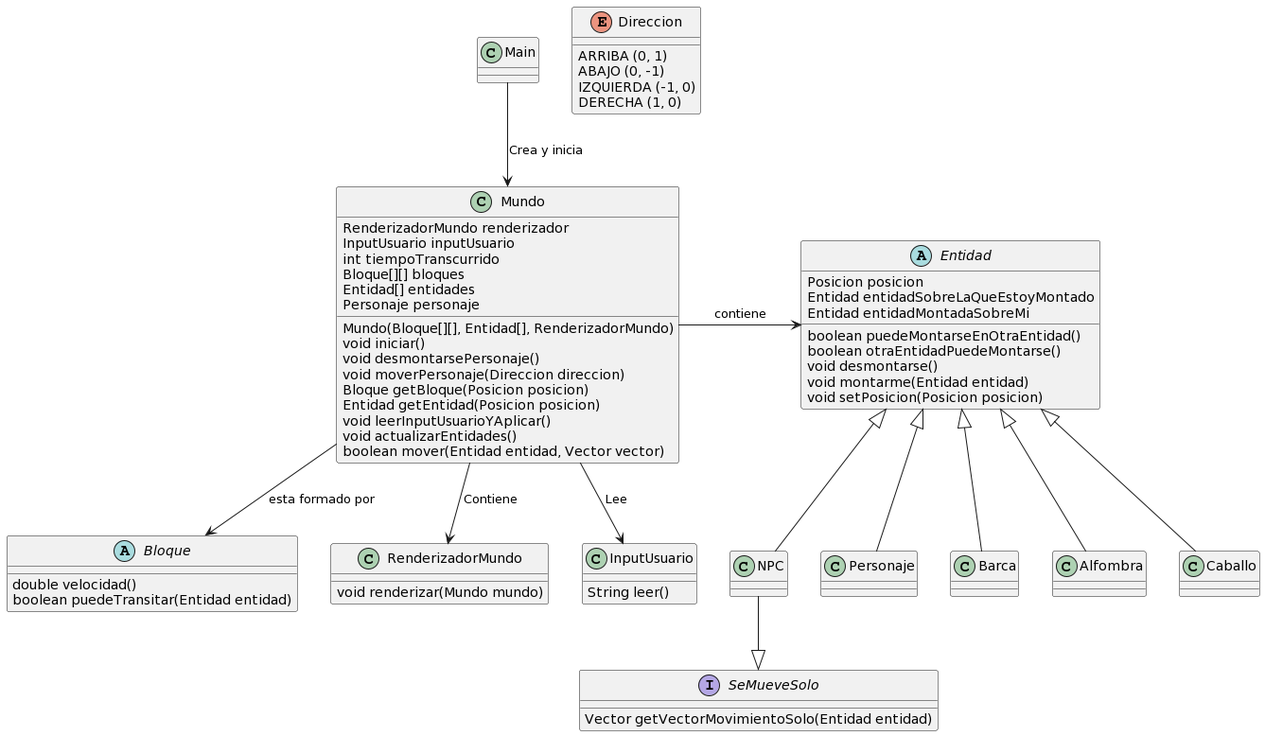
Before: grupo3/laberinto/diagramas/clases.png, a diagram exported from PlantUML (mmasias/IdSw2-22-23).
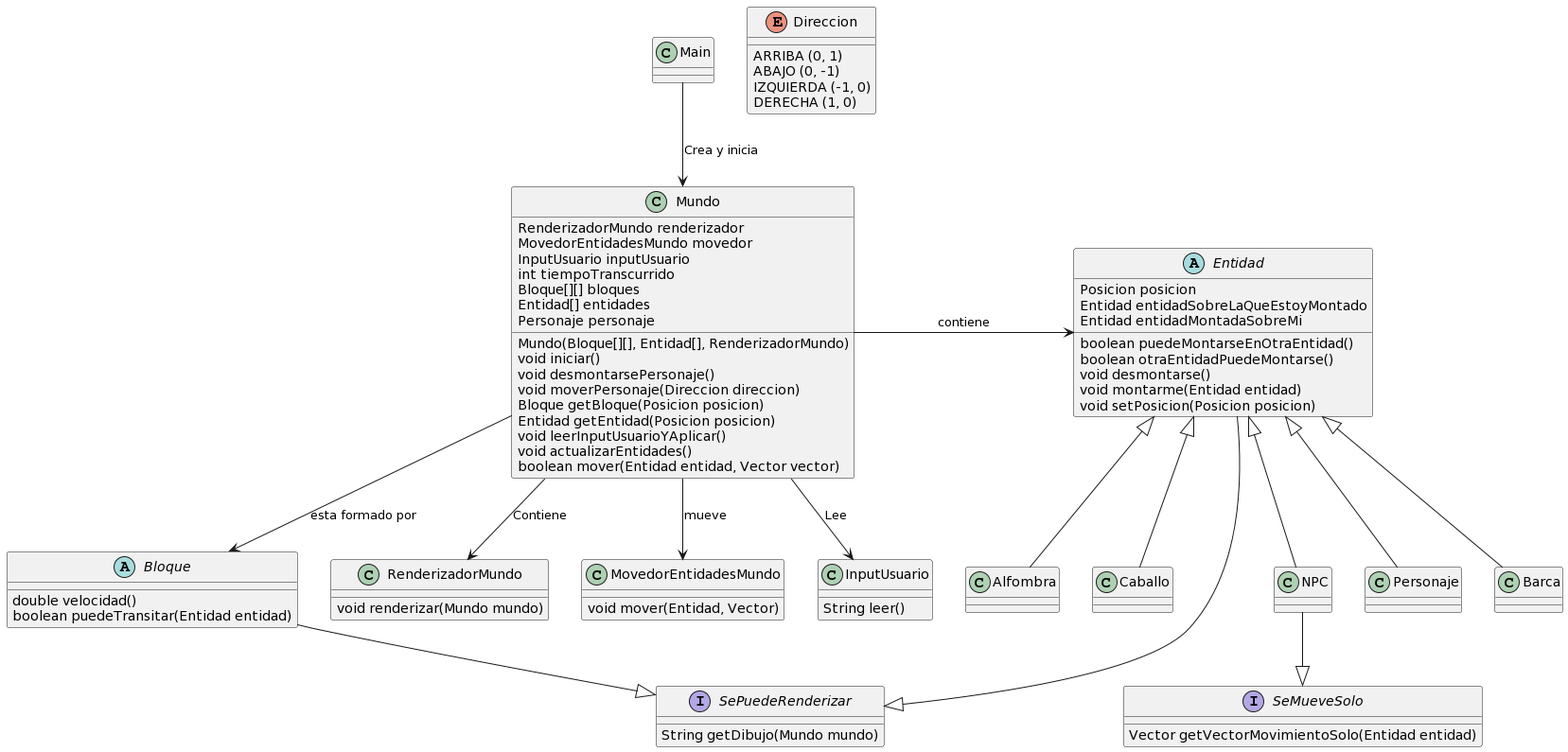
After the commit.

Commit message:
Actualizado diagramas

What changed in the source:
```diff
@@ -4,7 +4,10 @@
 abstract class Bloque
 class Main
 class RenderizadorMundo
+class MovedorEntidadesMundo
 interface SeMueveSolo
+interface SePuedeRenderizar
+
 enum Direccion {
    ARRIBA (0, 1)
    ABAJO (0, -1)
@@ -14,6 +17,7 @@
 
 RenderizadorMundo : void renderizar(Mundo mundo)
 SeMueveSolo : Vector getVectorMovimientoSolo(Entidad entidad)
+SePuedeRenderizar : String getDibujo(Mundo mundo)
 
 Main --> Mundo : Crea y inicia
 
@@ -23,9 +27,13 @@
 Bloque : double velocidad()
 Bloque : boolean puedeTransitar(Entidad entidad)
 
+MovedorEntidadesMundo : void mover(Entidad, Vector)
+
 Mundo -> Entidad : contiene
 Mundo --> InputUsuario : Lee
+Mundo --> MovedorEntidadesMundo : mueve
 Mundo : RenderizadorMundo renderizador
+Mundo : MovedorEntidadesMundo movedor
 Mundo : InputUsuario inputUsuario
 Mundo : int tiempoTranscurrido
 Mundo : Bloque[][] bloques
@@ -58,6 +66,9 @@
 Entidad <|-- Caballo
 NPC --|> SeMueveSolo
 
+Bloque --|> SePuedeRenderizar
+Entidad --|> SePuedeRenderizar
+
 class InputUsuario
 InputUsuario : String leer()
 @enduml
```
